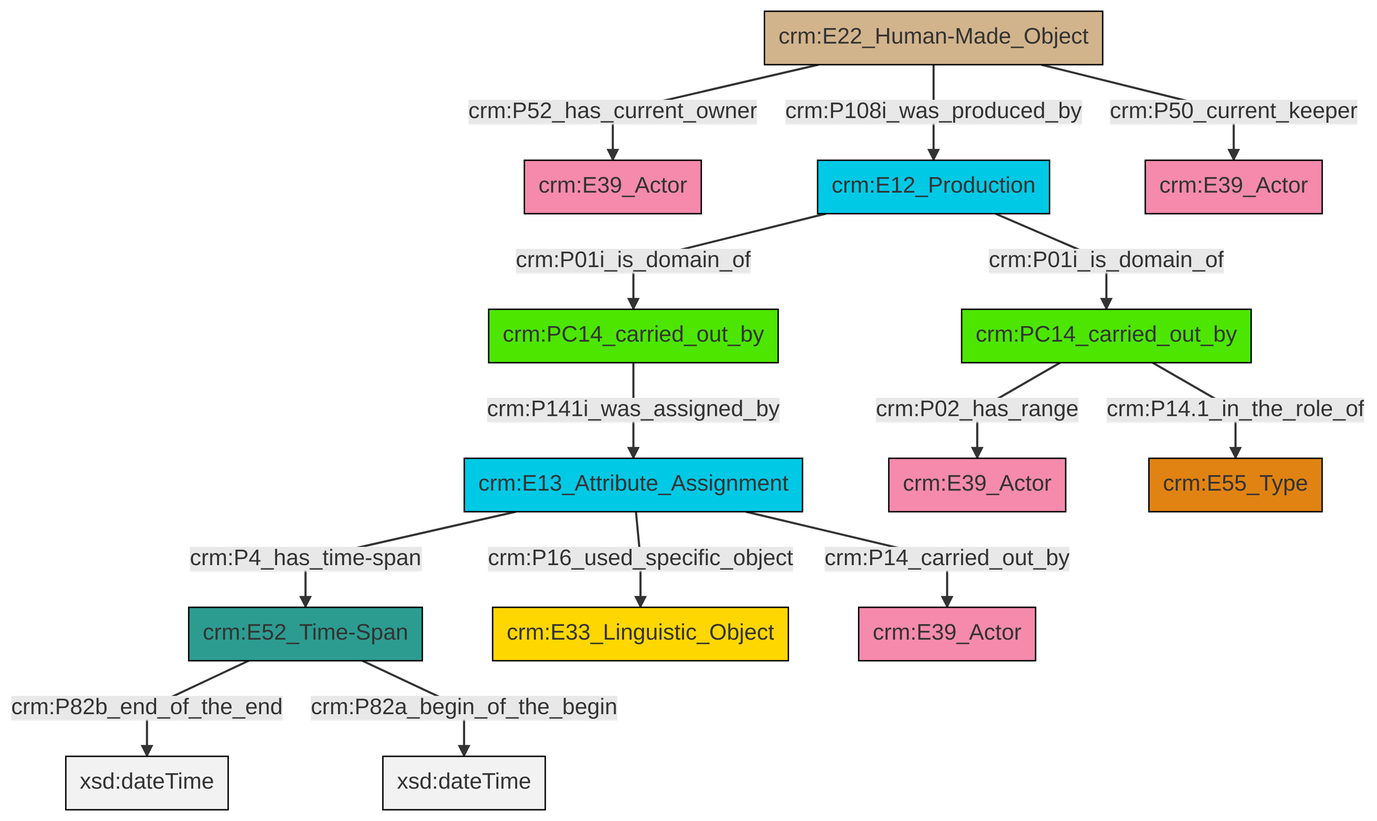
Earlier version of the Mermaid export et/carrierCSV/ttl/mmd/png/carrier_relations.png (swiss-art-research-net/docs.swissartresearch). Its source is kept beside it as et/carrierCSV/ttl/mmd/carrier_relations.ttl.mmd.
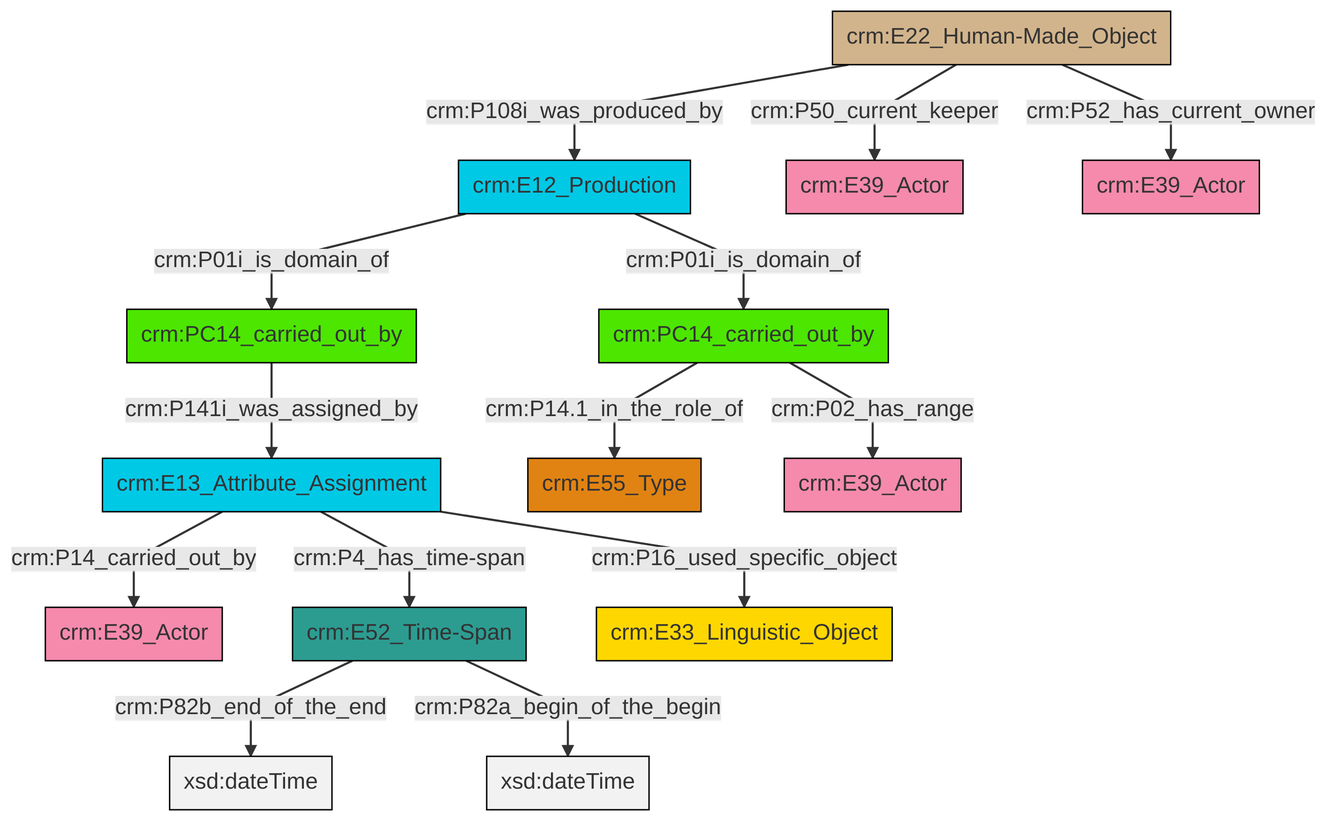
Later version of the same file.

Diff of the diagram source:
```diff
@@ -13,16 +13,16 @@
 classDef PC_Classes fill:#4ce600, stroke:#000000;
 classDef Multi fill:#cccccc,stroke:#000000;
 
-2["crm:E52_Time-Span"]:::Time-Span -->|crm:P82b_end_of_the_end| 3[xsd:dateTime]:::Literal
-4["crm:PC14_carried_out_by"]:::PC_Classes -->|crm:P141i_was_assigned_by| 5["crm:E13_Attribute_Assignment"]:::Temporal_Entity
-5["crm:E13_Attribute_Assignment"]:::Temporal_Entity -->|crm:P16_used_specific_object| 6["crm:E33_Linguistic_Object"]:::Conceptual_Object
-7["crm:PC14_carried_out_by"]:::PC_Classes -->|crm:P02_has_range| 8["crm:E39_Actor"]:::Actor
-5["crm:E13_Attribute_Assignment"]:::Temporal_Entity -->|crm:P14_carried_out_by| 9["crm:E39_Actor"]:::Actor
-10["crm:E12_Production"]:::Temporal_Entity -->|crm:P01i_is_domain_of| 4["crm:PC14_carried_out_by"]:::PC_Classes
-2["crm:E52_Time-Span"]:::Time-Span -->|crm:P82a_begin_of_the_begin| 13[xsd:dateTime]:::Literal
-14["crm:E22_Human-Made_Object"]:::Physical_Thing -->|crm:P108i_was_produced_by| 10["crm:E12_Production"]:::Temporal_Entity
-14["crm:E22_Human-Made_Object"]:::Physical_Thing -->|crm:P52_has_current_owner| 0["crm:E39_Actor"]:::Actor
-5["crm:E13_Attribute_Assignment"]:::Temporal_Entity -->|crm:P4_has_time-span| 2["crm:E52_Time-Span"]:::Time-Span
-7["crm:PC14_carried_out_by"]:::PC_Classes -->|crm:P14.1_in_the_role_of| 19["crm:E55_Type"]:::Type
-14["crm:E22_Human-Made_Object"]:::Physical_Thing -->|crm:P50_current_keeper| 21["crm:E39_Actor"]:::Actor
-10["crm:E12_Production"]:::Temporal_Entity -->|crm:P01i_is_domain_of| 7["crm:PC14_carried_out_by"]:::PC_Classes
+0["crm:E12_Production"]:::Temporal_Entity -->|crm:P01i_is_domain_of| 1["crm:PC14_carried_out_by"]:::PC_Classes
+6["crm:E13_Attribute_Assignment"]:::Temporal_Entity -->|crm:P4_has_time-span| 12["crm:E52_Time-Span"]:::Time-Span
+6["crm:E13_Attribute_Assignment"]:::Temporal_Entity -->|crm:P16_used_specific_object| 13["crm:E33_Linguistic_Object"]:::Conceptual_Object
+14["crm:E22_Human-Made_Object"]:::Physical_Thing -->|crm:P50_current_keeper| 4["crm:E39_Actor"]:::Actor
+12["crm:E52_Time-Span"]:::Time-Span -->|crm:P82b_end_of_the_end| 15[xsd:dateTime]:::Literal
+6["crm:E13_Attribute_Assignment"]:::Temporal_Entity -->|crm:P14_carried_out_by| 8["crm:E39_Actor"]:::Actor
+2["crm:PC14_carried_out_by"]:::PC_Classes -->|crm:P14.1_in_the_role_of| 16["crm:E55_Type"]:::Type
+0["crm:E12_Production"]:::Temporal_Entity -->|crm:P01i_is_domain_of| 2["crm:PC14_carried_out_by"]:::PC_Classes
+14["crm:E22_Human-Made_Object"]:::Physical_Thing -->|crm:P52_has_current_owner| 10["crm:E39_Actor"]:::Actor
+12["crm:E52_Time-Span"]:::Time-Span -->|crm:P82a_begin_of_the_begin| 25[xsd:dateTime]:::Literal
+1["crm:PC14_carried_out_by"]:::PC_Classes -->|crm:P141i_was_assigned_by| 6["crm:E13_Attribute_Assignment"]:::Temporal_Entity
+2["crm:PC14_carried_out_by"]:::PC_Classes -->|crm:P02_has_range| 23["crm:E39_Actor"]:::Actor
+14["crm:E22_Human-Made_Object"]:::Physical_Thing -->|crm:P108i_was_produced_by| 0["crm:E12_Production"]:::Temporal_Entity
```
